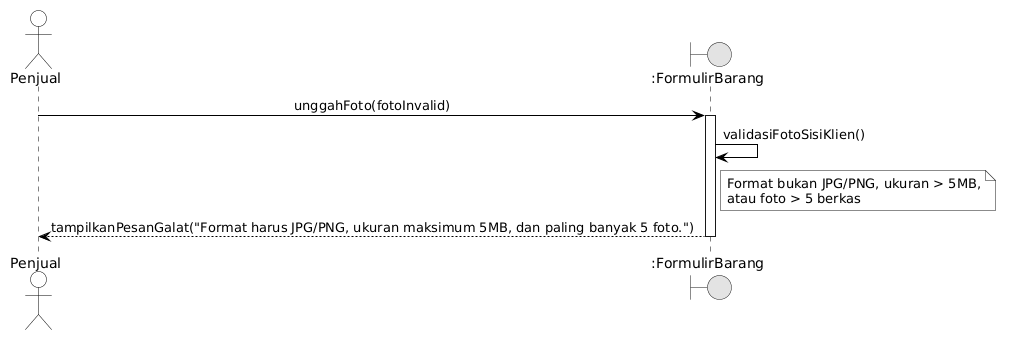
Before: docs/M7/assets/diagram/Sequence_UC07_Alt2.png, a diagram exported from PlantUML (ghaniyul/IF2150-RPL-K01-G02). The source it was exported from:
```plantuml
@startuml
skinparam monochrome true
skinparam shadowing false
skinparam defaultFontName Arial
skinparam sequenceMessageAlign center
skinparam backgroundColor #FFFFFF

skinparam participant {
    BackgroundColor #FFFFFF
    BorderColor #000000
}
skinparam actor {
    BackgroundColor #FFFFFF
    BorderColor #000000
}
skinparam sequence {
    LifeLineBackgroundColor #FFFFFF
    LifeLineBorderColor #000000
    ArrowColor #000000
    ActorBorderColor #000000
    ActorBackgroundColor #FFFFFF
    GroupBorderColor #000000
    GroupBackgroundColor #FFFFFF
}

actor "Penjual" as User
boundary ":FormulirBarang" as UI

User -> UI: unggahFoto(fotoInvalid)
activate UI
UI -> UI: validasiFotoSisiKlien()
note right of UI: Format bukan JPG/PNG, ukuran > 5MB,\natau foto > 5 berkas
UI --> User: tampilkanPesanGalat("Format harus JPG/PNG, ukuran maksimum 5MB, dan paling banyak 5 foto.")
deactivate UI
@enduml
```
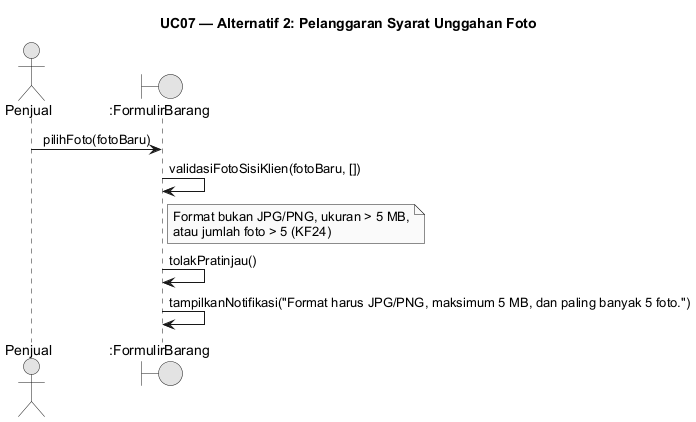
After the commit.

Diff of the diagram source:
```diff
@@ -4,32 +4,14 @@
 skinparam defaultFontName Arial
 skinparam sequenceMessageAlign center
 skinparam backgroundColor #FFFFFF
-
-skinparam participant {
-    BackgroundColor #FFFFFF
-    BorderColor #000000
-}
-skinparam actor {
-    BackgroundColor #FFFFFF
-    BorderColor #000000
-}
-skinparam sequence {
-    LifeLineBackgroundColor #FFFFFF
-    LifeLineBorderColor #000000
-    ArrowColor #000000
-    ActorBorderColor #000000
-    ActorBackgroundColor #FFFFFF
-    GroupBorderColor #000000
-    GroupBackgroundColor #FFFFFF
-}
-
+skinparam responseMessageBelowArrow true
+title UC07 — Alternatif 2: Pelanggaran Syarat Unggahan Foto
 actor "Penjual" as User
 boundary ":FormulirBarang" as UI
 
-User -> UI: unggahFoto(fotoInvalid)
-activate UI
-UI -> UI: validasiFotoSisiKlien()
-note right of UI: Format bukan JPG/PNG, ukuran > 5MB,\natau foto > 5 berkas
-UI --> User: tampilkanPesanGalat("Format harus JPG/PNG, ukuran maksimum 5MB, dan paling banyak 5 foto.")
-deactivate UI
+User -> UI: pilihFoto(fotoBaru)
+UI -> UI: validasiFotoSisiKlien(fotoBaru, [])
+note right of UI: Format bukan JPG/PNG, ukuran > 5 MB,\natau jumlah foto > 5 (KF24)
+UI -> UI: tolakPratinjau()
+UI -> UI: tampilkanNotifikasi("Format harus JPG/PNG, maksimum 5 MB, dan paling banyak 5 foto.")
 @enduml
```
